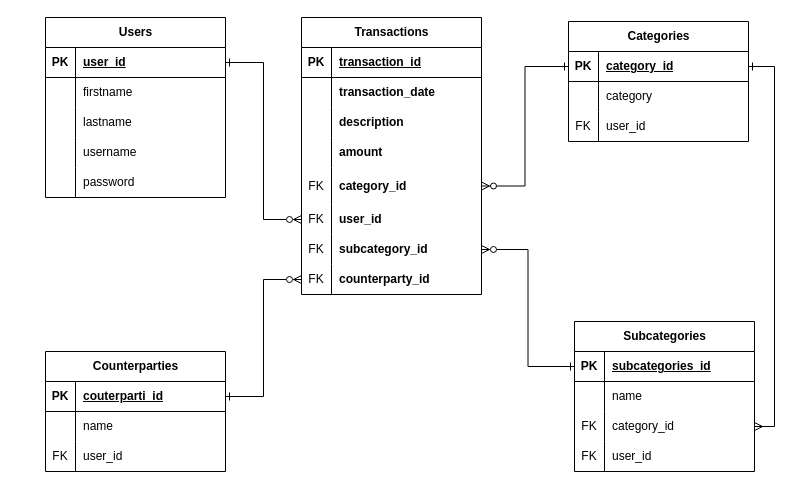
Above: ERDiagram.drawio in lunaf-github/smartbudget (draw.io), before the change. Source tidied: cells renumbered, new cells numbered last; positions are measured from the earlier drawing's top-left corner, leaving out a move shared by most shapes. Both pictures are drawn from the tidied source at 100%, with x=0, y=0 at pixel (45, 17).
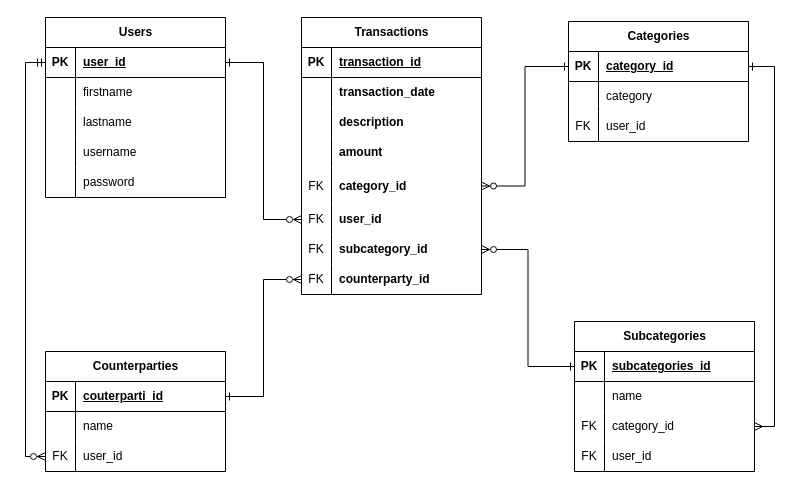
The same diagram, later.

Commit message:
Add relation to user table and counterparties table

The change refers to these unchanged cells:
```xml
<mxCell id="60" value="FK" style="shape=partialRectangle;fillColor=none;top=0;left=0;bottom=0;right=0;overflow=hidden;whiteSpace=wrap;html=1;" parent="59" vertex="1">
  <mxGeometry width="30" height="30" as="geometry" />
</mxCell>
<mxCell id="66" value="PK" style="shape=partialRectangle;fillColor=none;top=0;left=0;bottom=0;right=0;fontStyle=1;overflow=hidden;whiteSpace=wrap;html=1;" parent="65" vertex="1">
  <mxGeometry width="30" height="30" as="geometry" />
</mxCell>
```

What changed in the source:
```diff
@@
+    <mxCell id="81" style="edgeStyle=orthogonalEdgeStyle;rounded=0;hachureGap=4;jettySize=auto;html=1;exitX=0;exitY=0.5;exitDx=0;exitDy=0;entryX=0;entryY=0.5;entryDx=0;entryDy=0;fontFamily=Architects Daughter;endArrow=ERmandOne;endFill=0;startArrow=ERzeroToMany;startFill=0;" parent="1" edge="1" source="60" target="66">
+      <mxGeometry relative="1" as="geometry" />
+    </mxCell>
```
